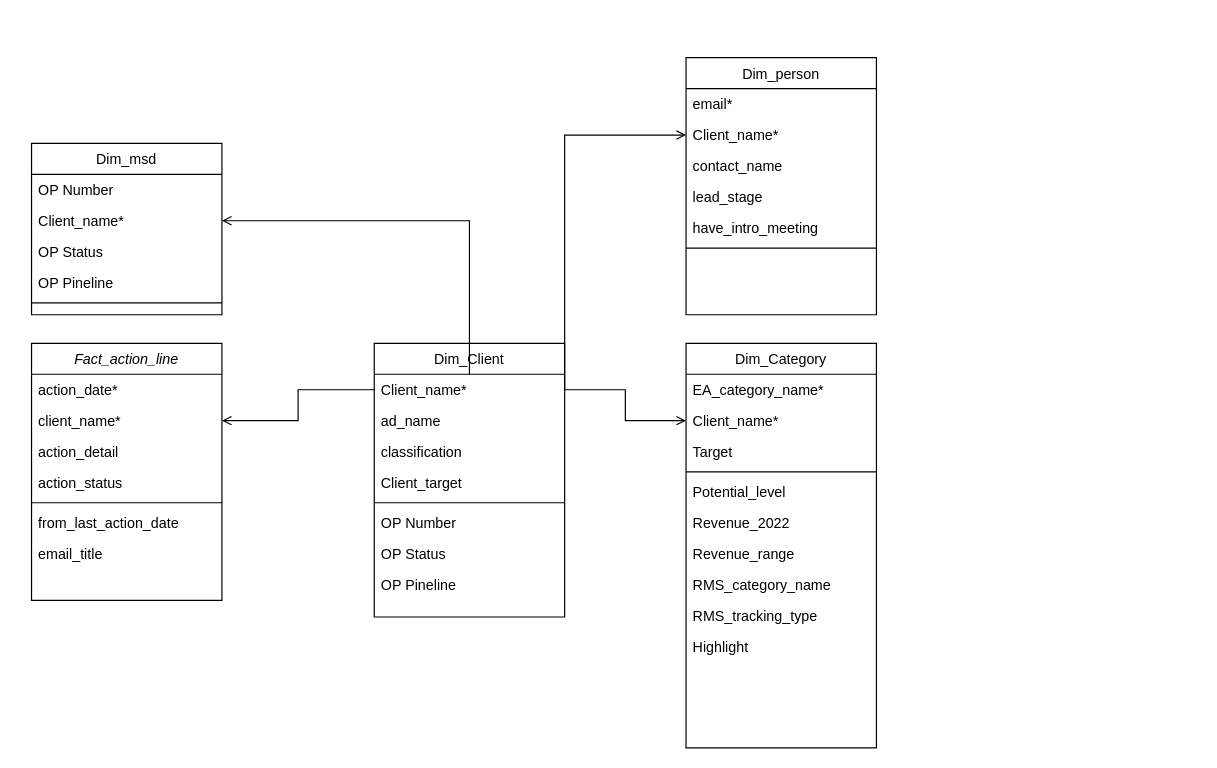
Above: CRM NIQ.drawio in DucTran3110/data_warehouse_course (draw.io), before the change. Source tidied: cells renumbered, new cells numbered last; positions are measured from the earlier drawing's top-left corner, leaving out a move shared by most shapes. Both pictures are drawn from the tidied source at 119%, with x=0, y=0 at pixel (31, 57).
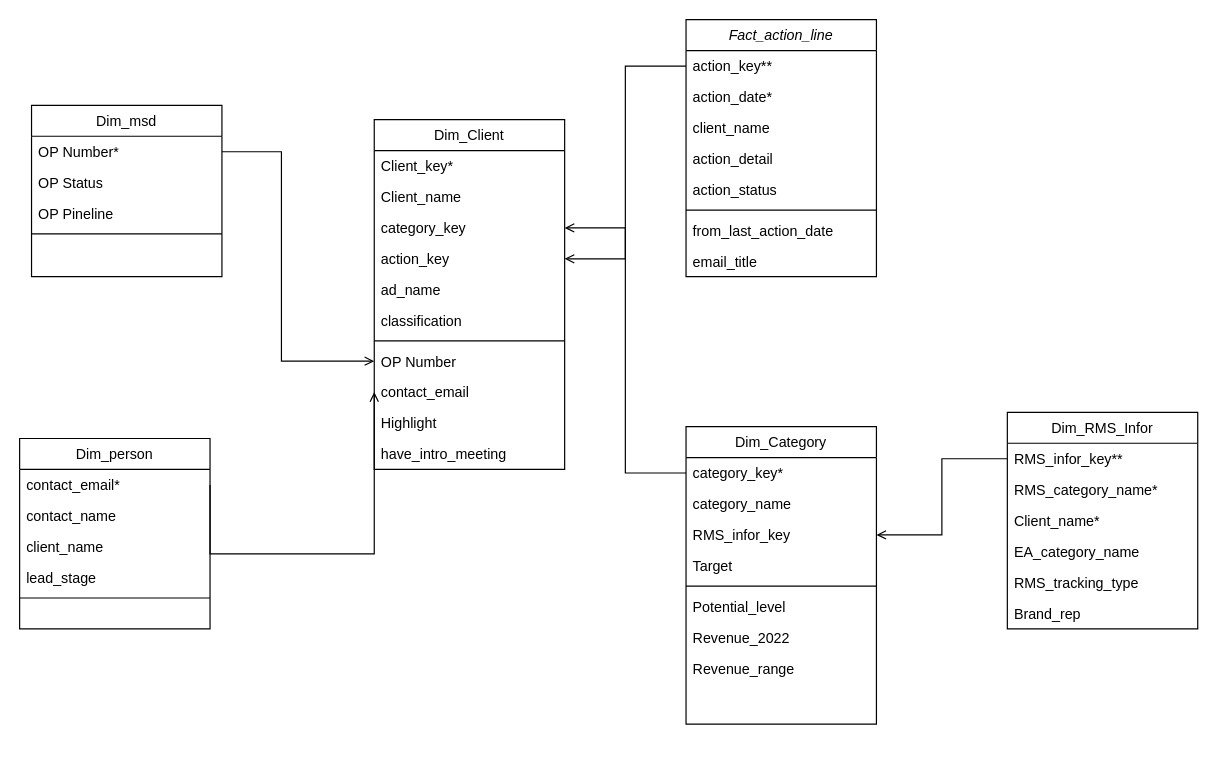
Above is the later version.

Diff of the diagram source:
```diff
@@
     <mxCell id="2" value="Fact_action_line" style="swimlane;fontStyle=2;align=center;verticalAlign=top;horizontal=1;startSize=26;rounded=0;shadow=0;strokeWidth=1;" parent="1" vertex="1">
-      <mxGeometry y="240" width="160" height="216" as="geometry" />
+      <mxGeometry x="550" y="-32" width="160" height="216" as="geometry" />
     </mxCell>
+    <mxCell id="47" value="action_key**" style="text;align=left;verticalAlign=top;spacingLeft=4;spacingRight=4;overflow=hidden;points=[[0,0.5],[1,0.5]];portConstraint=eastwest;" parent="2" vertex="1">
+      <mxGeometry y="26" width="160" height="26" as="geometry" />
+    </mxCell>
     <mxCell id="3" value="action_date*" style="text;align=left;verticalAlign=top;spacingLeft=4;spacingRight=4;overflow=hidden;" parent="2" vertex="1">
-      <mxGeometry y="26" width="160" height="26" as="geometry" />
+      <mxGeometry y="52" width="160" height="26" as="geometry" />
     </mxCell>
-    <mxCell id="4" value="client_name*" style="text;align=left;verticalAlign=top;spacingLeft=4;spacingRight=4;overflow=hidden;points=[[0,0.5],[1,0.5]];portConstraint=eastwest;rounded=0;shadow=0;html=0;" parent="2" vertex="1">
-      <mxGeometry y="52" width="160" height="26" as="geometry" />
+    <mxCell id="4" value="client_name" style="text;align=left;verticalAlign=top;spacingLeft=4;spacingRight=4;overflow=hidden;points=[[0,0.5],[1,0.5]];portConstraint=eastwest;rounded=0;shadow=0;html=0;" parent="2" vertex="1">
+      <mxGeometry y="78" width="160" height="26" as="geometry" />
     </mxCell>
     <mxCell id="5" value="action_detail" style="text;align=left;verticalAlign=top;spacingLeft=4;spacingRight=4;overflow=hidden;rounded=0;shadow=0;html=0;" parent="2" vertex="1">
-      <mxGeometry y="78" width="160" height="26" as="geometry" />
+      <mxGeometry y="104" width="160" height="26" as="geometry" />
     </mxCell>
     <mxCell id="6" value="action_status" style="text;align=left;verticalAlign=top;spacingLeft=4;spacingRight=4;overflow=hidden;" parent="2" vertex="1">
-      <mxGeometry y="104" width="160" height="26" as="geometry" />
+      <mxGeometry y="130" width="160" height="26" as="geometry" />
     </mxCell>
     <mxCell id="7" style="line;html=1;strokeWidth=1;align=left;verticalAlign=middle;spacingTop=-1;spacingLeft=3;spacingRight=3;labelPosition=right;" parent="2" vertex="1">
-      <mxGeometry y="130" width="160" height="8" as="geometry" />
+      <mxGeometry y="156" width="160" height="8" as="geometry" />
     </mxCell>
     <mxCell id="8" value="from_last_action_date" style="text;align=left;verticalAlign=top;spacingLeft=4;spacingRight=4;overflow=hidden;" parent="2" vertex="1">
-      <mxGeometry y="138" width="160" height="26" as="geometry" />
+      <mxGeometry y="164" width="160" height="26" as="geometry" />
     </mxCell>
     <mxCell id="9" value="email_title" style="text;align=left;verticalAlign=top;spacingLeft=4;spacingRight=4;overflow=hidden;" parent="2" vertex="1">
-      <mxGeometry y="164" width="160" height="26" as="geometry" />
+      <mxGeometry y="190" width="160" height="26" as="geometry" />
     </mxCell>
     <mxCell id="10" value="Dim_Client" style="swimlane;fontStyle=0;align=center;verticalAlign=top;horizontal=1;startSize=26;rounded=0;shadow=0;strokeWidth=1;" parent="1" vertex="1">
-      <mxGeometry x="288" y="240" width="160" height="230" as="geometry" />
+      <mxGeometry x="288" y="52" width="160" height="294" as="geometry" />
     </mxCell>
+    <mxCell id="48" value="Client_key*" style="text;align=left;verticalAlign=top;spacingLeft=4;spacingRight=4;overflow=hidden;" parent="10" vertex="1">
+      <mxGeometry y="26" width="160" height="26" as="geometry" />
+    </mxCell>
-    <mxCell id="11" value="Client_name*" style="text;align=left;verticalAlign=top;spacingLeft=4;spacingRight=4;overflow=hidden;points=[[0,0.5],[1,0.5]];portConstraint=eastwest;" parent="10" vertex="1">
-      <mxGeometry y="26" width="160" height="26" as="geometry" />
+    <mxCell id="11" value="Client_name" style="text;align=left;verticalAlign=top;spacingLeft=4;spacingRight=4;overflow=hidden;points=[[0,0.5],[1,0.5]];portConstraint=eastwest;" parent="10" vertex="1">
+      <mxGeometry y="52" width="160" height="26" as="geometry" />
     </mxCell>
+    <mxCell id="49" value="category_key" style="text;align=left;verticalAlign=top;spacingLeft=4;spacingRight=4;overflow=hidden;points=[[0,0.5],[1,0.5]];portConstraint=eastwest;" parent="10" vertex="1">
+      <mxGeometry y="78" width="160" height="26" as="geometry" />
+    </mxCell>
+    <mxCell id="50" value="action_key" style="text;align=left;verticalAlign=top;spacingLeft=4;spacingRight=4;overflow=hidden;points=[[0,0.5],[1,0.5]];portConstraint=eastwest;" parent="10" vertex="1">
+      <mxGeometry y="104" width="160" height="26" as="geometry" />
+    </mxCell>
     <mxCell id="12" value="ad_name" style="text;align=left;verticalAlign=top;spacingLeft=4;spacingRight=4;overflow=hidden;rounded=0;shadow=0;html=0;" parent="10" vertex="1">
-      <mxGeometry y="52" width="160" height="26" as="geometry" />
+      <mxGeometry y="130" width="160" height="26" as="geometry" />
     </mxCell>
     <mxCell id="13" value="classification" style="text;align=left;verticalAlign=top;spacingLeft=4;spacingRight=4;overflow=hidden;rounded=0;shadow=0;html=0;" parent="10" vertex="1">
-      <mxGeometry y="78" width="160" height="26" as="geometry" />
+      <mxGeometry y="156" width="160" height="26" as="geometry" />
     </mxCell>
-    <mxCell id="14" value="Client_target" style="text;align=left;verticalAlign=top;spacingLeft=4;spacingRight=4;overflow=hidden;" parent="10" vertex="1">
-      <mxGeometry y="104" width="160" height="26" as="geometry" />
-    </mxCell>
     <mxCell id="15" style="line;html=1;strokeWidth=1;align=left;verticalAlign=middle;spacingTop=-1;spacingLeft=3;spacingRight=3;labelPosition=right;" parent="10" vertex="1">
-      <mxGeometry y="130" width="160" height="8" as="geometry" />
+      <mxGeometry y="182" width="160" height="8" as="geometry" />
     </mxCell>
     <mxCell id="16" value="OP Number" style="text;align=left;verticalAlign=top;spacingLeft=4;spacingRight=4;overflow=hidden;points=[[0,0.5],[1,0.5]];portConstraint=eastwest;rounded=0;shadow=0;html=0;" parent="10" vertex="1">
-      <mxGeometry y="138" width="160" height="26" as="geometry" />
+      <mxGeometry y="190" width="160" height="26" as="geometry" />
     </mxCell>
-    <mxCell id="17" value="OP Status" style="text;align=left;verticalAlign=top;spacingLeft=4;spacingRight=4;overflow=hidden;rounded=0;shadow=0;html=0;" parent="10" vertex="1">
-      <mxGeometry y="164" width="160" height="26" as="geometry" />
-    </mxCell>
-    <mxCell id="18" value="OP Pineline" style="text;align=left;verticalAlign=top;spacingLeft=4;spacingRight=4;overflow=hidden;rounded=0;shadow=0;html=0;" parent="10" vertex="1">
-      <mxGeometry y="190" width="160" height="26" as="geometry" />
-    </mxCell>
-    <mxCell id="19" style="endArrow=open;shadow=0;strokeWidth=1;rounded=0;endFill=1;edgeStyle=elbowEdgeStyle;elbow=vertical;exitX=0;exitY=0.5;exitDx=0;exitDy=0;entryX=1;entryY=0.5;entryDx=0;entryDy=0;" parent="1" edge="1" source="11" target="4">
-      <mxGeometry x="0.5" y="41" relative="1" as="geometry">
-        <mxPoint x="-40" y="32" as="offset" />
-      </mxGeometry>
-    </mxCell>
+    <mxCell id="51" value="contact_email" style="text;align=left;verticalAlign=top;spacingLeft=4;spacingRight=4;overflow=hidden;points=[[0,0.5],[1,0.5]];portConstraint=eastwest;rounded=0;shadow=0;html=0;" parent="10" vertex="1">
+      <mxGeometry y="216" width="160" height="26" as="geometry" />
+    </mxCell>
+    <mxCell id="30" value="Highlight" style="text;align=left;verticalAlign=top;spacingLeft=4;spacingRight=4;overflow=hidden;rounded=0;shadow=0;html=0;" parent="10" vertex="1">
+      <mxGeometry y="242" width="160" height="26" as="geometry" />
+    </mxCell>
+    <mxCell id="37" value="have_intro_meeting" style="text;align=left;verticalAlign=top;spacingLeft=4;spacingRight=4;overflow=hidden;" parent="10" vertex="1">
+      <mxGeometry y="268" width="160" height="26" as="geometry" />
+    </mxCell>
     <mxCell id="20" value="Dim_Category" style="swimlane;fontStyle=0;align=center;verticalAlign=top;horizontal=1;startSize=26;rounded=0;shadow=0;strokeWidth=1;" parent="1" vertex="1">
-      <mxGeometry x="550" y="240" width="160" height="340" as="geometry" />
+      <mxGeometry x="550" y="310" width="160" height="250" as="geometry" />
     </mxCell>
+    <mxCell id="52" value="category_key*" style="text;align=left;verticalAlign=top;spacingLeft=4;spacingRight=4;overflow=hidden;points=[[0,0.5],[1,0.5]];portConstraint=eastwest;" parent="20" vertex="1">
+      <mxGeometry y="26" width="160" height="26" as="geometry" />
+    </mxCell>
-    <mxCell id="21" value="EA_category_name*" style="text;align=left;verticalAlign=top;spacingLeft=4;spacingRight=4;overflow=hidden;" parent="20" vertex="1">
-      <mxGeometry y="26" width="160" height="26" as="geometry" />
+    <mxCell id="21" value="category_name" style="text;align=left;verticalAlign=top;spacingLeft=4;spacingRight=4;overflow=hidden;" parent="20" vertex="1">
+      <mxGeometry y="52" width="160" height="26" as="geometry" />
     </mxCell>
-    <mxCell id="22" value="Client_name*" style="text;align=left;verticalAlign=top;spacingLeft=4;spacingRight=4;overflow=hidden;points=[[0,0.5],[1,0.5]];portConstraint=eastwest;rounded=0;shadow=0;html=0;" parent="20" vertex="1">
-      <mxGeometry y="52" width="160" height="26" as="geometry" />
-    </mxCell>
+    <mxCell id="53" value="RMS_infor_key" style="text;align=left;verticalAlign=top;spacingLeft=4;spacingRight=4;overflow=hidden;points=[[0,0.5],[1,0.5]];portConstraint=eastwest;" parent="20" vertex="1">
+      <mxGeometry y="78" width="160" height="26" as="geometry" />
+    </mxCell>
     <mxCell id="23" value="Target" style="text;align=left;verticalAlign=top;spacingLeft=4;spacingRight=4;overflow=hidden;rounded=0;shadow=0;html=0;" parent="20" vertex="1">
-      <mxGeometry y="78" width="160" height="26" as="geometry" />
+      <mxGeometry y="104" width="160" height="26" as="geometry" />
     </mxCell>
     <mxCell id="24" style="line;html=1;strokeWidth=1;align=left;verticalAlign=middle;spacingTop=-1;spacingLeft=3;spacingRight=3;labelPosition=right;" parent="20" vertex="1">
-      <mxGeometry y="104" width="160" height="8" as="geometry" />
+      <mxGeometry y="130" width="160" height="8" as="geometry" />
     </mxCell>
     <mxCell id="25" value="Potential_level" style="text;align=left;verticalAlign=top;spacingLeft=4;spacingRight=4;overflow=hidden;rounded=0;shadow=0;html=0;" parent="20" vertex="1">
-      <mxGeometry y="112" width="160" height="26" as="geometry" />
+      <mxGeometry y="138" width="160" height="26" as="geometry" />
     </mxCell>
     <mxCell id="26" value="Revenue_2022" style="text;align=left;verticalAlign=top;spacingLeft=4;spacingRight=4;overflow=hidden;rounded=0;shadow=0;html=0;" parent="20" vertex="1">
-      <mxGeometry y="138" width="160" height="26" as="geometry" />
+      <mxGeometry y="164" width="160" height="26" as="geometry" />
     </mxCell>
     <mxCell id="27" value="Revenue_range" style="text;align=left;verticalAlign=top;spacingLeft=4;spacingRight=4;overflow=hidden;rounded=0;shadow=0;html=0;" parent="20" vertex="1">
-      <mxGeometry y="164" width="160" height="26" as="geometry" />
+      <mxGeometry y="190" width="160" height="26" as="geometry" />
     </mxCell>
-    <mxCell id="28" value="RMS_category_name" style="text;align=left;verticalAlign=top;spacingLeft=4;spacingRight=4;overflow=hidden;rounded=0;shadow=0;html=0;" parent="20" vertex="1">
-      <mxGeometry y="190" width="160" height="26" as="geometry" />
-    </mxCell>
-    <mxCell id="29" value="RMS_tracking_type" style="text;align=left;verticalAlign=top;spacingLeft=4;spacingRight=4;overflow=hidden;rounded=0;shadow=0;html=0;" parent="20" vertex="1">
-      <mxGeometry y="216" width="160" height="26" as="geometry" />
-    </mxCell>
-    <mxCell id="30" value="Highlight" style="text;align=left;verticalAlign=top;spacingLeft=4;spacingRight=4;overflow=hidden;rounded=0;shadow=0;html=0;" parent="20" vertex="1">
-      <mxGeometry y="242" width="160" height="26" as="geometry" />
-    </mxCell>
-    <mxCell id="31" style="endArrow=open;shadow=0;strokeWidth=1;rounded=0;endFill=1;edgeStyle=elbowEdgeStyle;elbow=vertical;exitX=1;exitY=0.5;exitDx=0;exitDy=0;entryX=0;entryY=0.5;entryDx=0;entryDy=0;" parent="1" edge="1" source="11" target="22">
-      <mxGeometry x="0.5" y="41" relative="1" as="geometry">
-        <mxPoint x="-40" y="32" as="offset" />
-      </mxGeometry>
-    </mxCell>
     <mxCell id="32" value="Dim_person" style="swimlane;fontStyle=0;align=center;verticalAlign=top;horizontal=1;startSize=26;rounded=0;shadow=0;strokeWidth=1;" parent="1" vertex="1">
-      <mxGeometry x="550" width="160" height="216" as="geometry" />
+      <mxGeometry x="-10" y="320" width="160" height="160" as="geometry" />
     </mxCell>
-    <mxCell id="33" value="email*" style="text;align=left;verticalAlign=top;spacingLeft=4;spacingRight=4;overflow=hidden;points=[[0,0.5],[1,0.5]];portConstraint=eastwest;rounded=0;shadow=0;html=0;" parent="32" vertex="1">
+    <mxCell id="33" value="contact_email*" style="text;align=left;verticalAlign=top;spacingLeft=4;spacingRight=4;overflow=hidden;points=[[0,0.5],[1,0.5]];portConstraint=eastwest;rounded=0;shadow=0;html=0;" parent="32" vertex="1">
       <mxGeometry y="26" width="160" height="26" as="geometry" />
     </mxCell>
+    <mxCell id="35" value="contact_name" style="text;align=left;verticalAlign=top;spacingLeft=4;spacingRight=4;overflow=hidden;" parent="32" vertex="1">
+      <mxGeometry y="52" width="160" height="26" as="geometry" />
+    </mxCell>
-    <mxCell id="34" value="Client_name*" style="text;align=left;verticalAlign=top;spacingLeft=4;spacingRight=4;overflow=hidden;points=[[0,0.5],[1,0.5]];portConstraint=eastwest;rounded=0;shadow=0;html=0;" parent="32" vertex="1">
-      <mxGeometry y="52" width="160" height="26" as="geometry" />
+    <mxCell id="34" value="client_name" style="text;align=left;verticalAlign=top;spacingLeft=4;spacingRight=4;overflow=hidden;points=[[0,0.5],[1,0.5]];portConstraint=eastwest;rounded=0;shadow=0;html=0;" parent="32" vertex="1">
+      <mxGeometry y="78" width="160" height="26" as="geometry" />
     </mxCell>
-    <mxCell id="35" value="contact_name" style="text;align=left;verticalAlign=top;spacingLeft=4;spacingRight=4;overflow=hidden;" parent="32" vertex="1">
-      <mxGeometry y="78" width="160" height="26" as="geometry" />
-    </mxCell>
@@
-    <mxCell id="37" value="have_intro_meeting" style="text;align=left;verticalAlign=top;spacingLeft=4;spacingRight=4;overflow=hidden;" parent="32" vertex="1">
-      <mxGeometry y="130" width="160" height="26" as="geometry" />
-    </mxCell>
     <mxCell id="38" style="line;html=1;strokeWidth=1;align=left;verticalAlign=middle;spacingTop=-1;spacingLeft=3;spacingRight=3;labelPosition=right;" parent="32" vertex="1">
-      <mxGeometry y="156" width="160" height="8" as="geometry" />
+      <mxGeometry y="130" width="160" height="8" as="geometry" />
     </mxCell>
-    <mxCell id="39" style="endArrow=open;shadow=0;strokeWidth=1;rounded=0;endFill=1;edgeStyle=elbowEdgeStyle;elbow=vertical;entryX=0;entryY=0.5;entryDx=0;entryDy=0;exitX=1;exitY=0.5;exitDx=0;exitDy=0;" parent="1" edge="1" source="11" target="34">
-      <mxGeometry x="0.5" y="41" relative="1" as="geometry">
-        <Array as="points">
-          <mxPoint x="470" y="65" />
-        </Array>
-        <mxPoint x="-40" y="32" as="offset" />
-      </mxGeometry>
-    </mxCell>
     <mxCell id="40" value="Dim_msd" style="swimlane;fontStyle=0;align=center;verticalAlign=top;horizontal=1;startSize=26;rounded=0;shadow=0;strokeWidth=1;" parent="1" vertex="1">
-      <mxGeometry y="72" width="160" height="144" as="geometry" />
+      <mxGeometry y="40" width="160" height="144" as="geometry" />
     </mxCell>
-    <mxCell id="41" value="OP Number" style="text;align=left;verticalAlign=top;spacingLeft=4;spacingRight=4;overflow=hidden;points=[[0,0.5],[1,0.5]];portConstraint=eastwest;" parent="40" vertex="1">
+    <mxCell id="41" value="OP Number*" style="text;align=left;verticalAlign=top;spacingLeft=4;spacingRight=4;overflow=hidden;points=[[0,0.5],[1,0.5]];portConstraint=eastwest;" parent="40" vertex="1">
       <mxGeometry y="26" width="160" height="26" as="geometry" />
     </mxCell>
-    <mxCell id="42" value="Client_name*" style="text;align=left;verticalAlign=top;spacingLeft=4;spacingRight=4;overflow=hidden;points=[[0,0.5],[1,0.5]];portConstraint=eastwest;rounded=0;shadow=0;html=0;" parent="40" vertex="1">
-      <mxGeometry y="52" width="160" height="26" as="geometry" />
-    </mxCell>
     <mxCell id="43" value="OP Status" style="text;align=left;verticalAlign=top;spacingLeft=4;spacingRight=4;overflow=hidden;rounded=0;shadow=0;html=0;" parent="40" vertex="1">
-      <mxGeometry y="78" width="160" height="26" as="geometry" />
+      <mxGeometry y="52" width="160" height="26" as="geometry" />
     </mxCell>
     <mxCell id="44" value="OP Pineline" style="text;align=left;verticalAlign=top;spacingLeft=4;spacingRight=4;overflow=hidden;rounded=0;shadow=0;html=0;" parent="40" vertex="1">
-      <mxGeometry y="104" width="160" height="26" as="geometry" />
+      <mxGeometry y="78" width="160" height="26" as="geometry" />
     </mxCell>
     <mxCell id="45" style="line;html=1;strokeWidth=1;align=left;verticalAlign=middle;spacingTop=-1;spacingLeft=3;spacingRight=3;labelPosition=right;" parent="40" vertex="1">
-      <mxGeometry y="130" width="160" height="8" as="geometry" />
+      <mxGeometry y="104" width="160" height="8" as="geometry" />
     </mxCell>
+    <mxCell id="54" value="Dim_RMS_Infor" style="swimlane;fontStyle=0;align=center;verticalAlign=top;horizontal=1;startSize=26;rounded=0;shadow=0;strokeWidth=1;" parent="1" vertex="1">
+      <mxGeometry x="820" y="298" width="160" height="182" as="geometry" />
+    </mxCell>
+    <mxCell id="55" value="RMS_infor_key**" style="text;align=left;verticalAlign=top;spacingLeft=4;spacingRight=4;overflow=hidden;points=[[0,0.5],[1,0.5]];portConstraint=eastwest;" parent="54" vertex="1">
+      <mxGeometry y="26" width="160" height="26" as="geometry" />
+    </mxCell>
+    <mxCell id="56" value="RMS_category_name*" style="text;align=left;verticalAlign=top;spacingLeft=4;spacingRight=4;overflow=hidden;rounded=0;shadow=0;html=0;" parent="54" vertex="1">
+      <mxGeometry y="52" width="160" height="26" as="geometry" />
+    </mxCell>
+    <mxCell id="57" value="Client_name*" style="text;align=left;verticalAlign=top;spacingLeft=4;spacingRight=4;overflow=hidden;rounded=0;shadow=0;html=0;" parent="54" vertex="1">
+      <mxGeometry y="78" width="160" height="26" as="geometry" />
+    </mxCell>
+    <mxCell id="58" value="EA_category_name" style="text;align=left;verticalAlign=top;spacingLeft=4;spacingRight=4;overflow=hidden;" parent="54" vertex="1">
+      <mxGeometry y="104" width="160" height="26" as="geometry" />
+    </mxCell>
+    <mxCell id="29" value="RMS_tracking_type" style="text;align=left;verticalAlign=top;spacingLeft=4;spacingRight=4;overflow=hidden;rounded=0;shadow=0;html=0;" parent="54" vertex="1">
+      <mxGeometry y="130" width="160" height="26" as="geometry" />
+    </mxCell>
+    <mxCell id="59" value="Brand_rep" style="text;align=left;verticalAlign=top;spacingLeft=4;spacingRight=4;overflow=hidden;rounded=0;shadow=0;html=0;" parent="54" vertex="1">
+      <mxGeometry y="156" width="160" height="26" as="geometry" />
+    </mxCell>
+    <mxCell id="60" style="endArrow=open;shadow=0;strokeWidth=1;rounded=0;endFill=1;edgeStyle=elbowEdgeStyle;entryX=1;entryY=0.5;entryDx=0;entryDy=0;exitX=0;exitY=0.5;exitDx=0;exitDy=0;" parent="1" edge="1" source="55" target="53">
+      <mxGeometry x="0.5" y="41" relative="1" as="geometry">
+        <mxPoint x="-40" y="32" as="offset" />
+      </mxGeometry>
+    </mxCell>
-    <mxCell id="46" style="endArrow=open;shadow=0;strokeWidth=1;rounded=0;endFill=1;edgeStyle=elbowEdgeStyle;elbow=vertical;entryX=1;entryY=0.5;entryDx=0;entryDy=0;" parent="1" edge="1" source="11" target="42">
+    <mxCell id="46" style="endArrow=open;shadow=0;strokeWidth=1;rounded=0;endFill=1;edgeStyle=elbowEdgeStyle;entryX=0;entryY=0.5;entryDx=0;entryDy=0;exitX=1;exitY=0.5;exitDx=0;exitDy=0;" parent="1" edge="1" source="41" target="16">
       <mxGeometry x="0.5" y="41" relative="1" as="geometry">
         <Array as="points">
-          <mxPoint x="220" y="137" />
+          <mxPoint x="210" y="180" />
+          <mxPoint x="160" y="110" />
         </Array>
         <mxPoint x="-40" y="32" as="offset" />
       </mxGeometry>
     </mxCell>
+    <mxCell id="61" style="endArrow=open;shadow=0;strokeWidth=1;rounded=0;endFill=1;edgeStyle=elbowEdgeStyle;exitX=1;exitY=0.5;exitDx=0;exitDy=0;entryX=0;entryY=0.5;entryDx=0;entryDy=0;" parent="1" edge="1" source="33" target="51">
+      <mxGeometry x="0.5" y="41" relative="1" as="geometry">
+        <Array as="points">
+          <mxPoint x="220" y="417" />
+          <mxPoint x="170" y="120" />
+        </Array>
+        <mxPoint x="-40" y="32" as="offset" />
+      </mxGeometry>
+    </mxCell>
+    <mxCell id="62" style="endArrow=open;shadow=0;strokeWidth=1;rounded=0;endFill=1;edgeStyle=elbowEdgeStyle;entryX=1;entryY=0.5;entryDx=0;entryDy=0;exitX=0;exitY=0.5;exitDx=0;exitDy=0;" parent="1" edge="1" source="47" target="50">
+      <mxGeometry x="0.5" y="41" relative="1" as="geometry">
+        <mxPoint x="-40" y="32" as="offset" />
+      </mxGeometry>
+    </mxCell>
+    <mxCell id="63" style="endArrow=open;shadow=0;strokeWidth=1;rounded=0;endFill=1;edgeStyle=elbowEdgeStyle;entryX=1;entryY=0.5;entryDx=0;entryDy=0;exitX=0;exitY=0.5;exitDx=0;exitDy=0;" parent="1" edge="1" source="52" target="49">
+      <mxGeometry x="0.5" y="41" relative="1" as="geometry">
+        <mxPoint x="-40" y="32" as="offset" />
+      </mxGeometry>
+    </mxCell>
```
